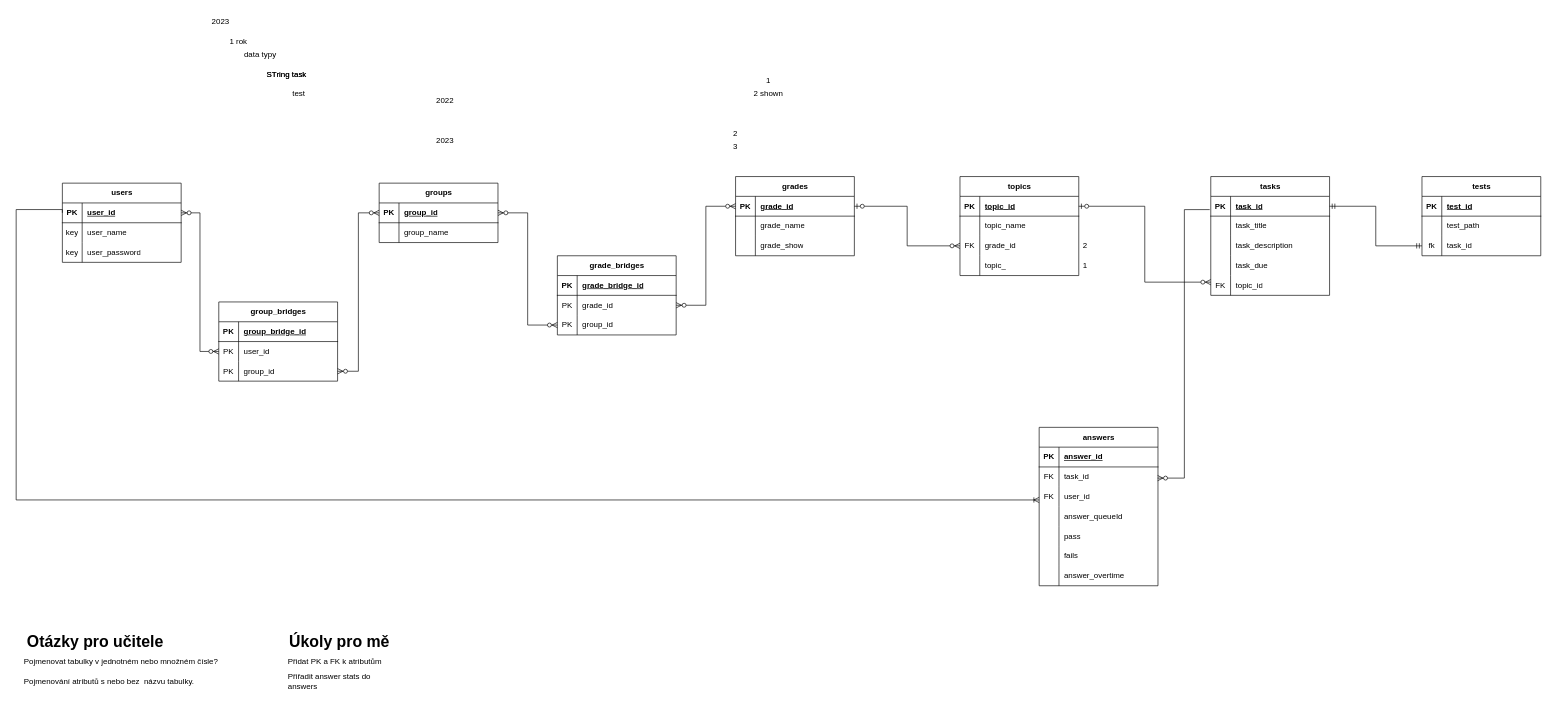
The draw.io diagram diagrams/db.drawio in Plebicek/CodeTester, before the edit. Source tidied: cells renumbered, new cells numbered last; positions are measured from the earlier drawing's top-left corner, leaving out a move shared by most shapes. Both pictures are drawn from the tidied source at 66%, with x=0, y=0 at pixel (16, 11).
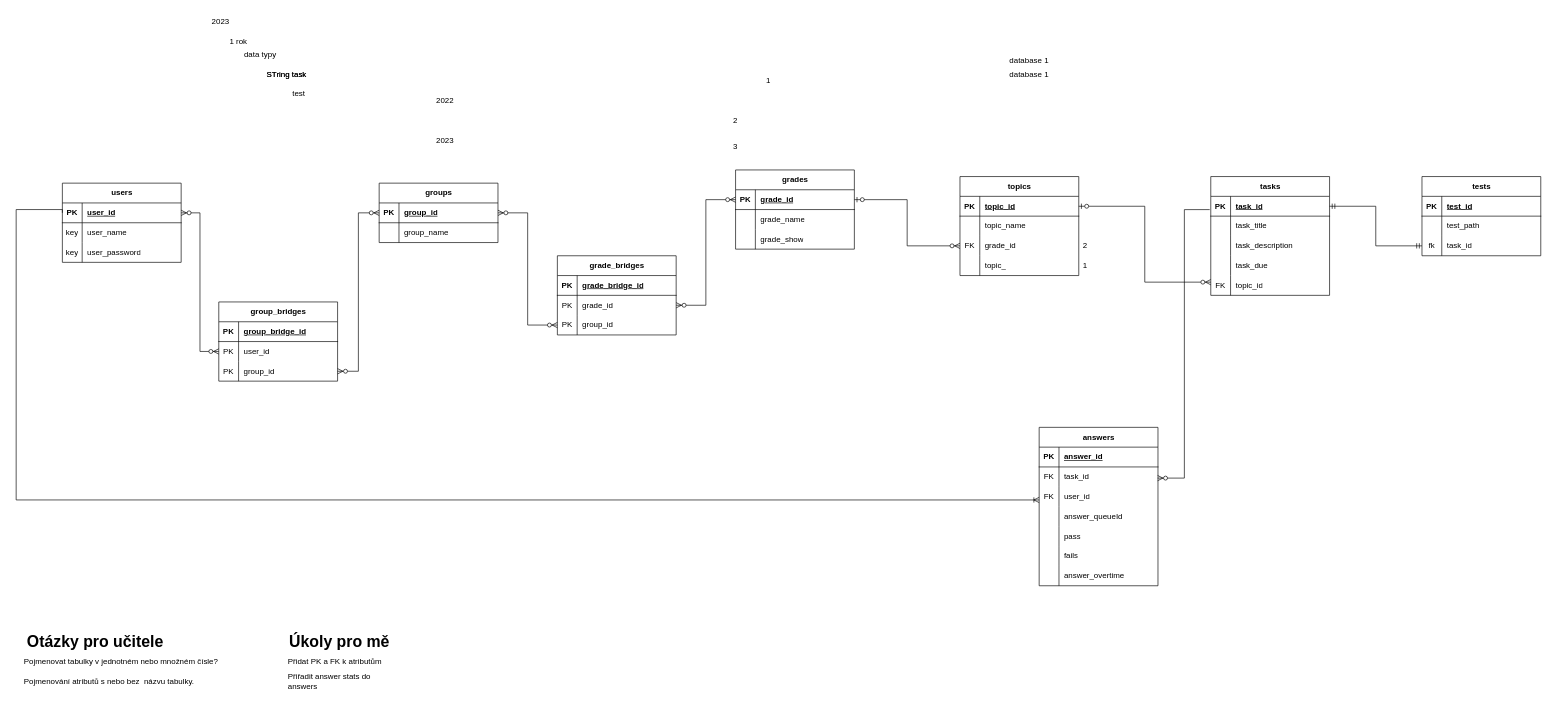
The same diagram, later.

The edit, as a diff of the source:
```diff
@@
     <mxCell id="57" value="grades" style="shape=table;startSize=30;childLayout=tableLayout;rowLines=0;fontStyle=1;align=center;html=1;" parent="1" vertex="1">
-      <mxGeometry x="1090" y="250" width="180" height="120" as="geometry" />
+      <mxGeometry x="1090" y="240" width="180" height="120" as="geometry" />
     </mxCell>
@@
-    <mxCell id="135" value="2 shown" style="text;html=1;align=center;verticalAlign=middle;whiteSpace=wrap;rounded=0;" parent="1" vertex="1">
-      <mxGeometry x="1110" y="110" width="60" height="30" as="geometry" />
+    <mxCell id="135" value="database 1" style="text;html=1;align=center;verticalAlign=middle;whiteSpace=wrap;rounded=0;" parent="1" vertex="1">
+      <mxGeometry x="1490" y="60" width="90" height="30" as="geometry" />
     </mxCell>
     <mxCell id="136" value="2" style="text;html=1;align=center;verticalAlign=middle;whiteSpace=wrap;rounded=0;" parent="1" vertex="1">
-      <mxGeometry x="1060" y="170" width="60" height="30" as="geometry" />
+      <mxGeometry x="1060" y="150" width="60" height="30" as="geometry" />
     </mxCell>
@@
+    <mxCell id="140" value="database 1" style="text;html=1;align=center;verticalAlign=middle;whiteSpace=wrap;rounded=0;" parent="1" vertex="1">
+      <mxGeometry x="1490" y="80" width="90" height="30" as="geometry" />
+    </mxCell>
```
